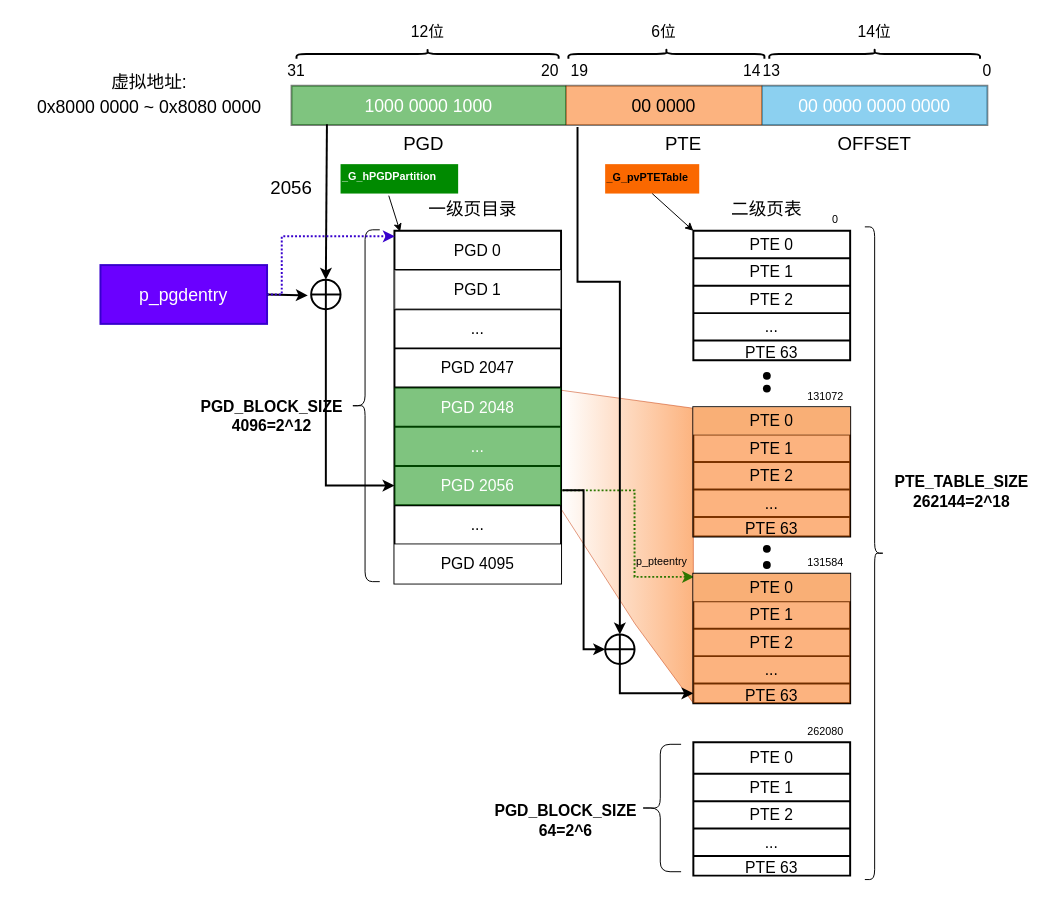
Before: page "mips32MmuPgdOffset-2" (21 of 21) of draw/mips中断亲和度.drawio in peng-fan/drawio, a draw.io diagram. Source tidied: cells renumbered, new cells numbered last; positions are measured from the earlier drawing's top-left corner, leaving out a move shared by most shapes. Both pictures are drawn from the tidied source at 98%, with x=0, y=0 at pixel (17, -77).
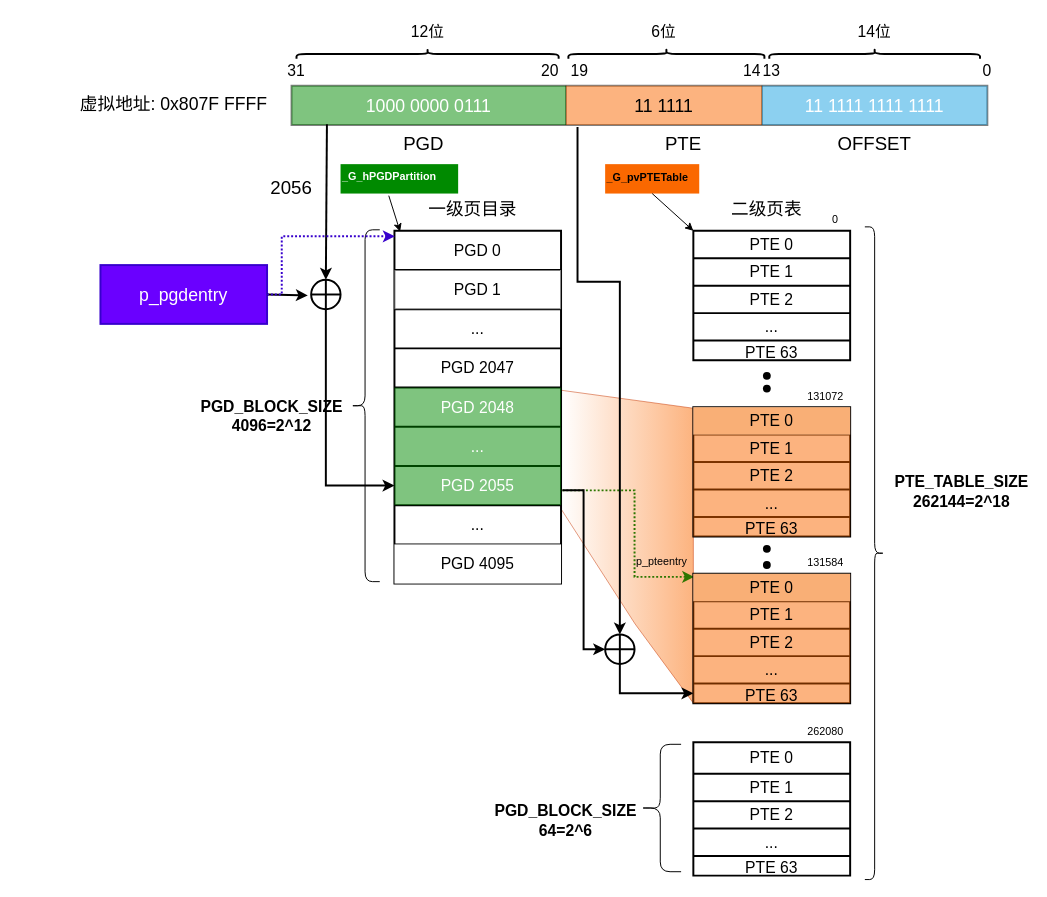
After the change.

Unchanged cells that the change refers to:
```xml
<mxCell id="4" style="shape=partialRectangle;fillColor=none;top=0;left=0;bottom=0;right=0;points=[[0,0.5],[1,0.5]];portConstraint=eastwest;fontSize=20;strokeColor=default;strokeWidth=2;align=center;opacity=50;" parent="3" vertex="1">
  <mxGeometry width="710" height="40" as="geometry" />
</mxCell>
<mxCell id="36" style="shape=partialRectangle;fillColor=none;top=0;left=0;bottom=0;right=0;points=[[0,0.5],[1,0.5]];portConstraint=eastwest;fontSize=16;strokeColor=default;strokeWidth=2;align=center;" parent="23" vertex="1">
  <mxGeometry y="240" width="170" height="40" as="geometry" />
</mxCell>
```

The edit, as a diff of the source:
```diff
@@
-    <mxCell id="5" value="&lt;font style=&quot;font-size: 18px&quot;&gt;1000 0000 1000&lt;/font&gt;" style="shape=partialRectangle;html=1;whiteSpace=wrap;overflow=hidden;fillColor=#008a00;top=0;left=0;bottom=0;right=0;fontSize=20;strokeColor=#005700;strokeWidth=2;align=center;opacity=50;fontColor=#ffffff;" parent="4" vertex="1">
+    <mxCell id="5" value="&lt;font style=&quot;font-size: 18px&quot;&gt;1000 0000 0111&lt;/font&gt;" style="shape=partialRectangle;html=1;whiteSpace=wrap;overflow=hidden;fillColor=#008a00;top=0;left=0;bottom=0;right=0;fontSize=20;strokeColor=#005700;strokeWidth=2;align=center;opacity=50;fontColor=#ffffff;" parent="4" vertex="1">
       <mxGeometry width="280" height="40" as="geometry" />
     </mxCell>
-    <mxCell id="6" value="&lt;font style=&quot;font-size: 18px&quot;&gt;00 0000&lt;/font&gt;" style="shape=partialRectangle;html=1;whiteSpace=wrap;overflow=hidden;fillColor=#fa6800;top=0;left=0;bottom=0;right=0;fontSize=20;strokeColor=#C73500;strokeWidth=2;align=center;opacity=50;fontColor=#000000;" parent="4" vertex="1">
+    <mxCell id="6" value="&lt;font style=&quot;font-size: 18px&quot;&gt;11 1111&lt;/font&gt;" style="shape=partialRectangle;html=1;whiteSpace=wrap;overflow=hidden;fillColor=#fa6800;top=0;left=0;bottom=0;right=0;fontSize=20;strokeColor=#C73500;strokeWidth=2;align=center;opacity=50;fontColor=#000000;" parent="4" vertex="1">
       <mxGeometry x="280" width="200" height="40" as="geometry" />
     </mxCell>
-    <mxCell id="7" value="&lt;font style=&quot;font-size: 18px&quot;&gt;00 0000 0000 0000&lt;/font&gt;" style="shape=partialRectangle;html=1;whiteSpace=wrap;overflow=hidden;fillColor=#1ba1e2;top=0;left=0;bottom=0;right=0;fontSize=20;strokeColor=#006EAF;strokeWidth=2;align=center;opacity=50;fontColor=#ffffff;" parent="4" vertex="1">
+    <mxCell id="7" value="&lt;font style=&quot;font-size: 18px&quot;&gt;11 1111 1111 1111&lt;/font&gt;" style="shape=partialRectangle;html=1;whiteSpace=wrap;overflow=hidden;fillColor=#1ba1e2;top=0;left=0;bottom=0;right=0;fontSize=20;strokeColor=#006EAF;strokeWidth=2;align=center;opacity=50;fontColor=#ffffff;" parent="4" vertex="1">
       <mxGeometry x="480" width="230" height="40" as="geometry" />
     </mxCell>
@@
-    <mxCell id="9" value="&lt;font style=&quot;font-size: 18px&quot;&gt;虚拟地址: &lt;br&gt;0x8000 0000 ~ 0x8080 0000&lt;/font&gt;" style="text;html=1;strokeColor=none;fillColor=none;align=center;verticalAlign=middle;whiteSpace=wrap;rounded=0;fontSize=20;opacity=50;" parent="1" vertex="1">
-      <mxGeometry y="146" width="270" height="55" as="geometry" />
+    <mxCell id="9" value="&lt;font style=&quot;font-size: 18px&quot;&gt;虚拟地址: 0x807F FFFF&lt;/font&gt;" style="text;html=1;strokeColor=none;fillColor=none;align=center;verticalAlign=middle;whiteSpace=wrap;rounded=0;fontSize=20;opacity=50;" parent="1" vertex="1">
+      <mxGeometry x="50" y="156" width="220" height="55" as="geometry" />
     </mxCell>
@@
-    <mxCell id="37" value="PGD 2056" style="shape=partialRectangle;html=1;whiteSpace=wrap;overflow=hidden;fillColor=#008a00;top=0;left=0;bottom=0;right=0;fontSize=16;strokeColor=#005700;strokeWidth=2;align=center;fontColor=#ffffff;opacity=50;" parent="36" vertex="1">
+    <mxCell id="37" value="PGD 2055" style="shape=partialRectangle;html=1;whiteSpace=wrap;overflow=hidden;fillColor=#008a00;top=0;left=0;bottom=0;right=0;fontSize=16;strokeColor=#005700;strokeWidth=2;align=center;fontColor=#ffffff;opacity=50;" parent="36" vertex="1">
       <mxGeometry width="170" height="40" as="geometry" />
     </mxCell>
```
